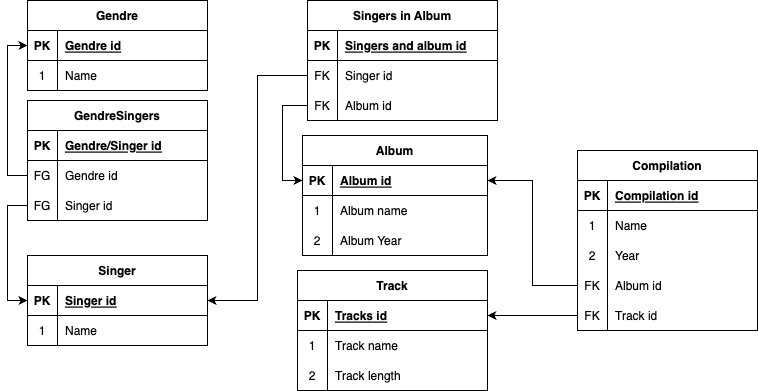
GeorgeArutyunyan/SQL keeps this draw.io diagram as second.drawio.png. Above is the earlier version. Source tidied: cells renumbered, new cells last; positions are measured from the earlier drawing's top-left corner, leaving out a move shared by most shapes.
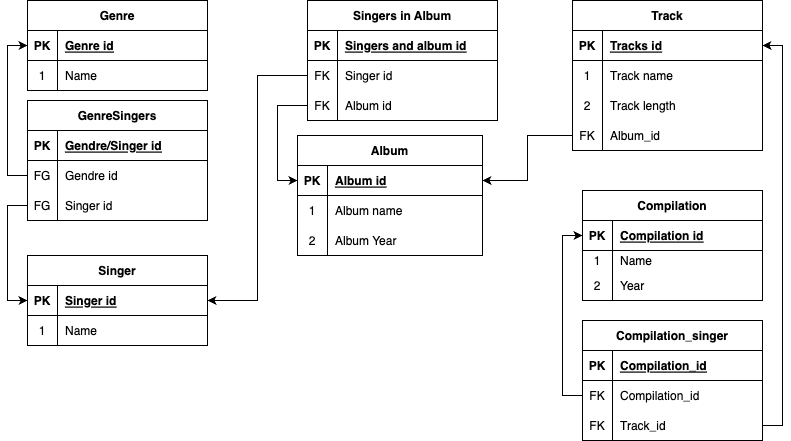
After the change.

Commit message:
creating table and scheme updated

What changed in the source:
```diff
@@ -24,7 +24,7 @@
       <mxGeometry x="30" width="150" height="30" as="geometry" />
     </mxCell>
     <mxCell id="9" value="Album" style="shape=table;startSize=30;rowLines=0;fontStyle=1;align=center;" parent="1" vertex="1">
-      <mxGeometry x="275" y="135" width="185" height="120" as="geometry" />
+      <mxGeometry x="270" y="135" width="185" height="120" as="geometry" />
     </mxCell>
     <mxCell id="10" style="shape=tableRow;horizontal=0;startSize=0;swimlaneHead=0;swimlaneBody=0;fillColor=none;points=[[0,0.5],[1,0.5]];portConstraint=eastwest;top=0;left=0;right=0;bottom=1;" parent="9" vertex="1">
       <mxGeometry y="30" width="185" height="30" as="geometry" />
@@ -54,7 +54,7 @@
       <mxGeometry x="30" width="155" height="30" as="geometry" />
     </mxCell>
     <mxCell id="19" value="Track" style="shape=table;startSize=30;rowLines=0;fontStyle=1;align=center;" parent="1" vertex="1">
-      <mxGeometry x="270" y="270" width="190" height="120" as="geometry" />
+      <mxGeometry x="545" width="190" height="150" as="geometry" />
     </mxCell>
     <mxCell id="20" style="shape=tableRow;horizontal=0;startSize=0;swimlaneHead=0;swimlaneBody=0;fillColor=none;points=[[0,0.5],[1,0.5]];portConstraint=eastwest;top=0;left=0;right=0;bottom=1;" parent="19" vertex="1">
       <mxGeometry y="30" width="190" height="30" as="geometry" />
@@ -83,55 +83,16 @@
     <mxCell id="28" value="Track length" style="shape=partialRectangle;fillColor=none;top=0;left=0;bottom=0;right=0;align=left;spacingLeft=6;overflow=hidden;" parent="26" vertex="1">
       <mxGeometry x="30" width="160" height="30" as="geometry" />
     </mxCell>
-    <mxCell id="29" value="Compilation" style="shape=table;startSize=30;rowLines=0;fontStyle=1;align=center;" parent="1" vertex="1">
-      <mxGeometry x="550" y="150" width="180" height="180" as="geometry" />
-    </mxCell>
-    <mxCell id="30" style="shape=tableRow;horizontal=0;startSize=0;swimlaneHead=0;swimlaneBody=0;fillColor=none;top=0;left=0;right=0;bottom=1;" parent="29" vertex="1">
-      <mxGeometry y="30" width="180" height="30" as="geometry" />
-    </mxCell>
-    <mxCell id="31" value="PK" style="shape=partialRectangle;fillColor=none;top=0;left=0;bottom=0;right=0;fontStyle=1;overflow=hidden;" parent="30" vertex="1">
-      <mxGeometry width="30" height="30" as="geometry" />
-    </mxCell>
-    <mxCell id="32" value="Compilation id" style="shape=partialRectangle;fillColor=none;top=0;left=0;bottom=0;right=0;align=left;spacingLeft=6;fontStyle=5;overflow=hidden;" parent="30" vertex="1">
-      <mxGeometry x="30" width="150" height="30" as="geometry" />
-    </mxCell>
-    <mxCell id="33" style="shape=tableRow;horizontal=0;startSize=0;swimlaneHead=0;swimlaneBody=0;fillColor=none;points=[[0,0.5],[1,0.5]];portConstraint=eastwest;top=0;left=0;right=0;bottom=0;" parent="29" vertex="1">
-      <mxGeometry y="60" width="180" height="30" as="geometry" />
-    </mxCell>
-    <mxCell id="34" value="1" style="shape=partialRectangle;fillColor=none;top=0;left=0;bottom=0;right=0;overflow=hidden;" parent="33" vertex="1">
-      <mxGeometry width="30" height="30" as="geometry" />
-    </mxCell>
-    <mxCell id="35" value="Name" style="shape=partialRectangle;fillColor=none;top=0;left=0;bottom=0;right=0;align=left;spacingLeft=6;overflow=hidden;" parent="33" vertex="1">
-      <mxGeometry x="30" width="150" height="30" as="geometry" />
-    </mxCell>
-    <mxCell id="36" style="shape=tableRow;horizontal=0;startSize=0;swimlaneHead=0;swimlaneBody=0;fillColor=none;points=[[0,0.5],[1,0.5]];portConstraint=eastwest;top=0;left=0;right=0;bottom=0;" parent="29" vertex="1">
-      <mxGeometry y="90" width="180" height="30" as="geometry" />
-    </mxCell>
-    <mxCell id="37" value="2" style="shape=partialRectangle;fillColor=none;top=0;left=0;bottom=0;right=0;overflow=hidden;" parent="36" vertex="1">
-      <mxGeometry width="30" height="30" as="geometry" />
-    </mxCell>
-    <mxCell id="38" value="Year" style="shape=partialRectangle;fillColor=none;top=0;left=0;bottom=0;right=0;align=left;spacingLeft=6;overflow=hidden;" parent="36" vertex="1">
-      <mxGeometry x="30" width="150" height="30" as="geometry" />
-    </mxCell>
-    <mxCell id="39" style="shape=tableRow;horizontal=0;startSize=0;swimlaneHead=0;swimlaneBody=0;fillColor=none;points=[[0,0.5],[1,0.5]];portConstraint=eastwest;top=0;left=0;right=0;bottom=0;" parent="29" vertex="1">
-      <mxGeometry y="120" width="180" height="30" as="geometry" />
-    </mxCell>
-    <mxCell id="40" value="FK" style="shape=partialRectangle;fillColor=none;top=0;left=0;bottom=0;right=0;overflow=hidden;" parent="39" vertex="1">
-      <mxGeometry width="30" height="30" as="geometry" />
-    </mxCell>
-    <mxCell id="41" value="Album id" style="shape=partialRectangle;fillColor=none;top=0;left=0;bottom=0;right=0;align=left;spacingLeft=6;overflow=hidden;" parent="39" vertex="1">
-      <mxGeometry x="30" width="150" height="30" as="geometry" />
-    </mxCell>
-    <mxCell id="42" style="shape=tableRow;horizontal=0;startSize=0;swimlaneHead=0;swimlaneBody=0;fillColor=none;points=[[0,0.5],[1,0.5]];portConstraint=eastwest;top=0;left=0;right=0;bottom=0;" parent="29" vertex="1">
-      <mxGeometry y="150" width="180" height="30" as="geometry" />
-    </mxCell>
-    <mxCell id="43" value="FK" style="shape=partialRectangle;fillColor=none;top=0;left=0;bottom=0;right=0;overflow=hidden;" parent="42" vertex="1">
-      <mxGeometry width="30" height="30" as="geometry" />
-    </mxCell>
-    <mxCell id="44" value="Track id" style="shape=partialRectangle;fillColor=none;top=0;left=0;bottom=0;right=0;align=left;spacingLeft=6;overflow=hidden;" parent="42" vertex="1">
-      <mxGeometry x="30" width="150" height="30" as="geometry" />
-    </mxCell>
+    <mxCell id="78" style="shape=tableRow;horizontal=0;startSize=0;swimlaneHead=0;swimlaneBody=0;fillColor=none;points=[[0,0.5],[1,0.5]];portConstraint=eastwest;top=0;left=0;right=0;bottom=0;" parent="19" vertex="1">
+      <mxGeometry y="120" width="190" height="30" as="geometry" />
+    </mxCell>
+    <mxCell id="79" value="FK" style="shape=partialRectangle;fillColor=none;top=0;left=0;bottom=0;right=0;overflow=hidden;" parent="78" vertex="1">
+      <mxGeometry width="30" height="30" as="geometry" />
+    </mxCell>
+    <mxCell id="80" value="Album_id" style="shape=partialRectangle;fillColor=none;top=0;left=0;bottom=0;right=0;align=left;spacingLeft=6;overflow=hidden;" parent="78" vertex="1">
+      <mxGeometry x="30" width="160" height="30" as="geometry" />
+    </mxCell>
-    <mxCell id="45" value="Gendre" style="shape=table;startSize=30;rowLines=0;fontStyle=1;align=center;" parent="1" vertex="1">
+    <mxCell id="45" value="Genre" style="shape=table;startSize=30;rowLines=0;fontStyle=1;align=center;" parent="1" vertex="1">
       <mxGeometry width="180" height="90" as="geometry" />
     </mxCell>
     <mxCell id="46" style="shape=tableRow;horizontal=0;startSize=0;swimlaneHead=0;swimlaneBody=0;fillColor=none;points=[[0,0.5],[1,0.5]];portConstraint=eastwest;top=0;left=0;right=0;bottom=1;" parent="45" vertex="1">
@@ -140,7 +101,7 @@
     <mxCell id="47" value="PK" style="shape=partialRectangle;fillColor=none;top=0;left=0;bottom=0;right=0;fontStyle=1;overflow=hidden;" parent="46" vertex="1">
       <mxGeometry width="30" height="30" as="geometry" />
     </mxCell>
-    <mxCell id="48" value="Gendre id" style="shape=partialRectangle;fillColor=none;top=0;left=0;bottom=0;right=0;align=left;spacingLeft=6;fontStyle=5;overflow=hidden;" parent="46" vertex="1">
+    <mxCell id="48" value="Genre id" style="shape=partialRectangle;fillColor=none;top=0;left=0;bottom=0;right=0;align=left;spacingLeft=6;fontStyle=5;overflow=hidden;" parent="46" vertex="1">
       <mxGeometry x="30" width="150" height="30" as="geometry" />
     </mxCell>
     <mxCell id="49" style="shape=tableRow;horizontal=0;startSize=0;swimlaneHead=0;swimlaneBody=0;fillColor=none;top=0;left=0;right=0;bottom=0;" parent="45" vertex="1">
@@ -152,7 +113,7 @@
     <mxCell id="51" value="Name" style="shape=partialRectangle;fillColor=none;top=0;left=0;bottom=0;right=0;align=left;spacingLeft=6;overflow=hidden;" parent="49" vertex="1">
       <mxGeometry x="30" width="150" height="30" as="geometry" />
     </mxCell>
-    <mxCell id="52" value="GendreSingers" style="shape=table;startSize=30;rowLines=0;fontStyle=1;align=center;" parent="1" vertex="1">
+    <mxCell id="52" value="GenreSingers" style="shape=table;startSize=30;rowLines=0;fontStyle=1;align=center;" parent="1" vertex="1">
       <mxGeometry y="100" width="180" height="120" as="geometry" />
     </mxCell>
     <mxCell id="53" style="shape=tableRow;horizontal=0;startSize=0;swimlaneHead=0;swimlaneBody=0;fillColor=none;top=0;left=0;right=0;bottom=1;" parent="52" vertex="1">
@@ -224,11 +185,74 @@
     <mxCell id="75" style="edgeStyle=orthogonalEdgeStyle;rounded=0;jettySize=auto;html=1;exitX=0;exitY=0.5;exitDx=0;exitDy=0;entryX=0;entryY=0.5;entryDx=0;entryDy=0;" parent="1" edge="1" source="71" target="10">
       <mxGeometry relative="1" as="geometry" />
     </mxCell>
-    <mxCell id="76" style="edgeStyle=orthogonalEdgeStyle;rounded=0;jettySize=auto;html=1;exitX=0;exitY=0.5;exitDx=0;exitDy=0;entryX=1;entryY=0.5;entryDx=0;entryDy=0;" parent="1" edge="1" source="39" target="10">
-      <mxGeometry relative="1" as="geometry" />
-    </mxCell>
-    <mxCell id="77" style="edgeStyle=orthogonalEdgeStyle;rounded=0;jettySize=auto;html=1;exitX=0;exitY=0.5;exitDx=0;exitDy=0;entryX=1;entryY=0.5;entryDx=0;entryDy=0;" parent="1" edge="1" source="42" target="20">
-      <mxGeometry relative="1" as="geometry" />
-    </mxCell>
+    <mxCell id="81" value="Compilation_singer" style="shape=table;startSize=30;rowLines=0;fontStyle=1;align=center;" parent="1" vertex="1">
+      <mxGeometry x="555" y="320" width="180" height="120" as="geometry" />
+    </mxCell>
+    <mxCell id="82" style="shape=tableRow;horizontal=0;startSize=0;swimlaneHead=0;swimlaneBody=0;fillColor=none;top=0;left=0;right=0;bottom=1;" parent="81" vertex="1">
+      <mxGeometry y="30" width="180" height="30" as="geometry" />
+    </mxCell>
+    <mxCell id="83" value="PK" style="shape=partialRectangle;fillColor=none;top=0;left=0;bottom=0;right=0;fontStyle=1;overflow=hidden;" parent="82" vertex="1">
+      <mxGeometry width="30" height="30" as="geometry" />
+    </mxCell>
+    <mxCell id="84" value="Compilation_id" style="shape=partialRectangle;fillColor=none;top=0;left=0;bottom=0;right=0;align=left;spacingLeft=6;fontStyle=5;overflow=hidden;" parent="82" vertex="1">
+      <mxGeometry x="30" width="150" height="30" as="geometry" />
+    </mxCell>
+    <mxCell id="33" style="shape=tableRow;horizontal=0;startSize=0;swimlaneHead=0;swimlaneBody=0;fillColor=none;points=[[0,0.5],[1,0.5]];portConstraint=eastwest;top=0;left=0;right=0;bottom=0;" parent="81" vertex="1">
+      <mxGeometry y="60" width="180" height="30" as="geometry" />
+    </mxCell>
+    <mxCell id="85" value="FK" style="shape=partialRectangle;fillColor=none;top=0;left=0;bottom=0;right=0;overflow=hidden;" parent="33" vertex="1">
+      <mxGeometry width="30" height="30" as="geometry" />
+    </mxCell>
+    <mxCell id="86" value="Compilation_id" style="shape=partialRectangle;fillColor=none;top=0;left=0;bottom=0;right=0;align=left;spacingLeft=6;overflow=hidden;" parent="33" vertex="1">
+      <mxGeometry x="30" width="150" height="30" as="geometry" />
+    </mxCell>
+    <mxCell id="36" style="shape=tableRow;horizontal=0;startSize=0;swimlaneHead=0;swimlaneBody=0;fillColor=none;points=[[0,0.5],[1,0.5]];portConstraint=eastwest;top=0;left=0;right=0;bottom=0;" parent="81" vertex="1">
+      <mxGeometry y="90" width="180" height="30" as="geometry" />
+    </mxCell>
+    <mxCell id="87" value="FK" style="shape=partialRectangle;fillColor=none;top=0;left=0;bottom=0;right=0;overflow=hidden;" parent="36" vertex="1">
+      <mxGeometry width="30" height="30" as="geometry" />
+    </mxCell>
+    <mxCell id="88" value="Track_id" style="shape=partialRectangle;fillColor=none;top=0;left=0;bottom=0;right=0;align=left;spacingLeft=6;overflow=hidden;" parent="36" vertex="1">
+      <mxGeometry x="30" width="150" height="30" as="geometry" />
+    </mxCell>
+    <mxCell id="29" value="Compilation" style="shape=table;startSize=30;rowLines=0;fontStyle=1;align=center;" parent="1" vertex="1">
+      <mxGeometry x="555" y="190" width="180" height="110" as="geometry" />
+    </mxCell>
+    <mxCell id="89" style="shape=tableRow;horizontal=0;startSize=0;swimlaneHead=0;swimlaneBody=0;fillColor=none;points=[[0,0.5],[1,0.5]];portConstraint=eastwest;top=0;left=0;right=0;bottom=1;" parent="29" vertex="1">
+      <mxGeometry y="30" width="180" height="30" as="geometry" />
+    </mxCell>
+    <mxCell id="90" value="PK" style="shape=partialRectangle;fillColor=none;top=0;left=0;bottom=0;right=0;fontStyle=1;overflow=hidden;" parent="89" vertex="1">
+      <mxGeometry width="30" height="30" as="geometry" />
+    </mxCell>
+    <mxCell id="32" value="Compilation id" style="shape=partialRectangle;fillColor=none;top=0;left=0;bottom=0;right=0;align=left;spacingLeft=6;fontStyle=5;overflow=hidden;" parent="89" vertex="1">
+      <mxGeometry x="30" width="150" height="30" as="geometry" />
+    </mxCell>
+    <mxCell id="91" style="shape=tableRow;horizontal=0;startSize=0;swimlaneHead=0;swimlaneBody=0;fillColor=none;top=0;left=0;right=0;bottom=0;" parent="29" vertex="1">
+      <mxGeometry y="60" width="180" height="20" as="geometry" />
+    </mxCell>
+    <mxCell id="34" value="1" style="shape=partialRectangle;fillColor=none;top=0;left=0;bottom=0;right=0;overflow=hidden;" parent="91" vertex="1">
+      <mxGeometry width="30" height="20" as="geometry" />
+    </mxCell>
+    <mxCell id="35" value="Name" style="shape=partialRectangle;fillColor=none;top=0;left=0;bottom=0;right=0;align=left;spacingLeft=6;overflow=hidden;" parent="91" vertex="1">
+      <mxGeometry x="30" width="150" height="20" as="geometry" />
+    </mxCell>
+    <mxCell id="92" style="shape=tableRow;horizontal=0;startSize=0;swimlaneHead=0;swimlaneBody=0;fillColor=none;top=0;left=0;right=0;bottom=0;" parent="29" vertex="1">
+      <mxGeometry y="80" width="180" height="30" as="geometry" />
+    </mxCell>
+    <mxCell id="37" value="2" style="shape=partialRectangle;fillColor=none;top=0;left=0;bottom=0;right=0;overflow=hidden;" parent="92" vertex="1">
+      <mxGeometry width="30" height="30" as="geometry" />
+    </mxCell>
+    <mxCell id="38" value="Year" style="shape=partialRectangle;fillColor=none;top=0;left=0;bottom=0;right=0;align=left;spacingLeft=6;overflow=hidden;" parent="92" vertex="1">
+      <mxGeometry x="30" width="150" height="30" as="geometry" />
+    </mxCell>
+    <mxCell id="93" style="edgeStyle=orthogonalEdgeStyle;rounded=0;jettySize=auto;html=1;exitX=0;exitY=0.5;exitDx=0;exitDy=0;entryX=1;entryY=0.5;entryDx=0;entryDy=0;" parent="1" edge="1" source="78" target="10">
+      <mxGeometry relative="1" as="geometry" />
+    </mxCell>
+    <mxCell id="94" style="edgeStyle=orthogonalEdgeStyle;rounded=0;jettySize=auto;html=1;exitX=1;exitY=0.5;exitDx=0;exitDy=0;entryX=1;entryY=0.5;entryDx=0;entryDy=0;" parent="1" edge="1" source="36" target="20">
+      <mxGeometry relative="1" as="geometry" />
+    </mxCell>
+    <mxCell id="95" style="edgeStyle=orthogonalEdgeStyle;rounded=0;jettySize=auto;html=1;exitX=0;exitY=0.5;exitDx=0;exitDy=0;entryX=0;entryY=0.5;entryDx=0;entryDy=0;" parent="1" edge="1" source="33" target="89">
+      <mxGeometry relative="1" as="geometry" />
+    </mxCell>
   </root>
 </mxGraphModel>
```
